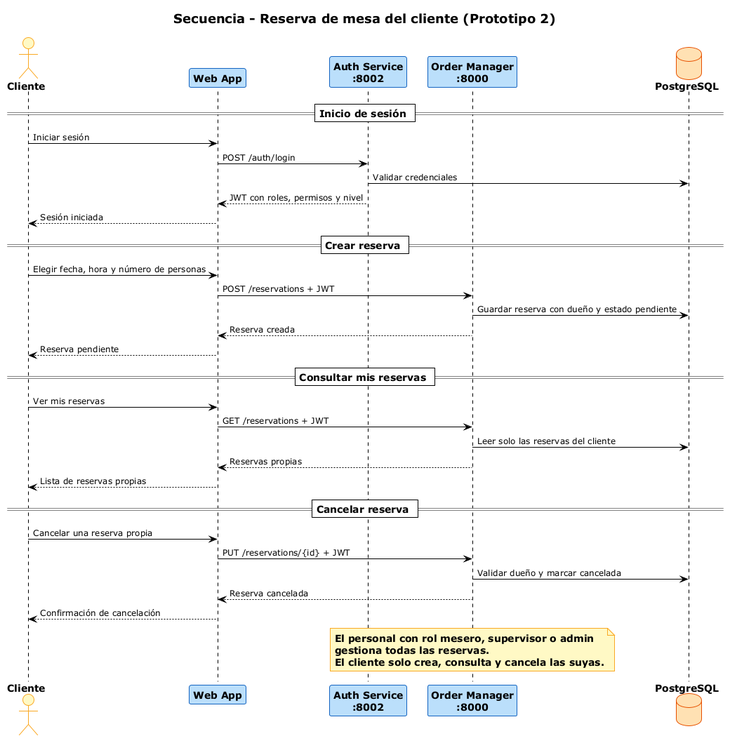
Earlier version of the PlantUML export g3-H-PanTech/docs/secuencia_cliente_reserva.png (unal-sw-arch/swarch-2026ii). The source it was exported from:
```plantuml
@startuml
!theme plain
skinparam shadowing false
skinparam defaultFontSize 14
skinparam ArrowFontSize 12
skinparam titleFontSize 18
skinparam titleFontStyle bold
skinparam ParticipantBackgroundColor #BBDEFB
skinparam ParticipantBorderColor #1565C0
skinparam ParticipantFontStyle bold
skinparam ActorBackgroundColor #FFF9C4
skinparam ActorBorderColor #F9A825
skinparam ActorFontStyle bold
skinparam DatabaseBackgroundColor #FFE0B2
skinparam DatabaseBorderColor #E65100
skinparam DatabaseFontStyle bold
skinparam note {
  BackgroundColor #FFF9C4
  BorderColor #F9A825
  FontStyle bold
}

title Secuencia - Reserva de mesa del cliente (Prototipo 2)

actor "Cliente" as Cliente
participant "Web App" as Web
participant "Auth Service\n:8002" as Auth
participant "Order Manager\n:8000" as Order
database "PostgreSQL" as DB

== Inicio de sesión ==
Cliente -> Web : Iniciar sesión
Web -> Auth : POST /auth/login
Auth -> DB : Validar credenciales
Auth --> Web : JWT con roles, permisos y nivel
Web --> Cliente : Sesión iniciada

== Crear reserva ==
Cliente -> Web : Elegir fecha, hora y número de personas
Web -> Order : POST /reservations + JWT
Order -> DB : Guardar reserva con dueño y estado pendiente
Order --> Web : Reserva creada
Web --> Cliente : Reserva pendiente

== Consultar mis reservas ==
Cliente -> Web : Ver mis reservas
Web -> Order : GET /reservations + JWT
Order -> DB : Leer solo las reservas del cliente
Order --> Web : Reservas propias
Web --> Cliente : Lista de reservas propias

== Cancelar reserva ==
Cliente -> Web : Cancelar una reserva propia
Web -> Order : PUT /reservations/{id} + JWT
Order -> DB : Validar dueño y marcar cancelada
Order --> Web : Reserva cancelada
Web --> Cliente : Confirmación de cancelación

note over Order
  El personal con rol mesero, supervisor o admin
  gestiona todas las reservas.
  El cliente solo crea, consulta y cancela las suyas.
end note

@enduml
```
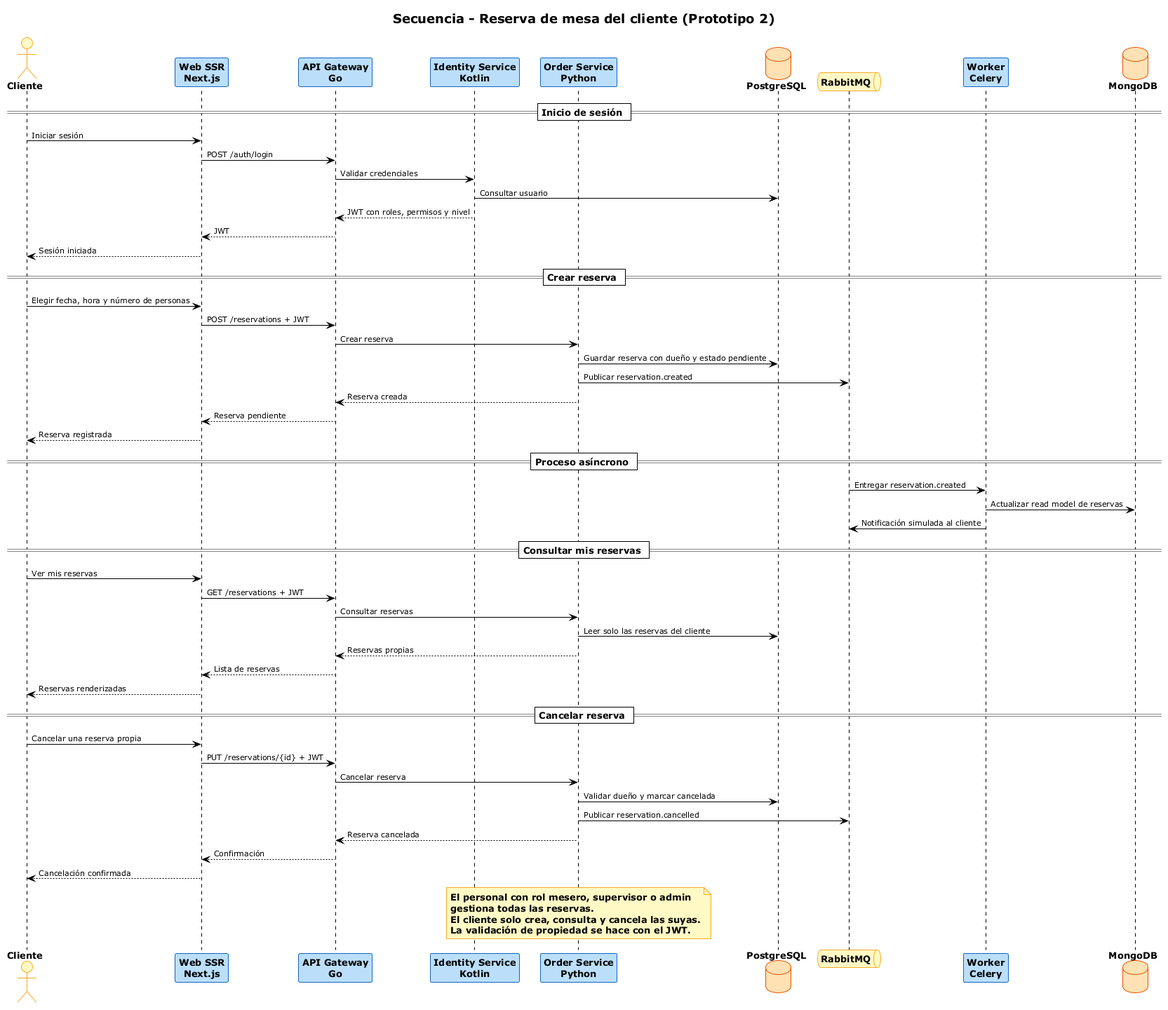
Later version of the same file.

Change to the diagram source:
```diff
@@ -1,8 +1,8 @@
 @startuml
 !theme plain
 skinparam shadowing false
-skinparam defaultFontSize 14
-skinparam ArrowFontSize 12
+skinparam defaultFontSize 13
+skinparam ArrowFontSize 11
 skinparam titleFontSize 18
 skinparam titleFontStyle bold
 skinparam ParticipantBackgroundColor #BBDEFB
@@ -14,6 +14,9 @@
 skinparam DatabaseBackgroundColor #FFE0B2
 skinparam DatabaseBorderColor #E65100
 skinparam DatabaseFontStyle bold
+skinparam QueueBackgroundColor #FFF9C4
+skinparam QueueBorderColor #F9A825
+skinparam QueueFontStyle bold
 skinparam note {
   BackgroundColor #FFF9C4
   BorderColor #F9A825
@@ -23,43 +26,63 @@
 title Secuencia - Reserva de mesa del cliente (Prototipo 2)
 
 actor "Cliente" as Cliente
-participant "Web App" as Web
-participant "Auth Service\n:8002" as Auth
-participant "Order Manager\n:8000" as Order
-database "PostgreSQL" as DB
+participant "Web SSR\nNext.js" as Web
+participant "API Gateway\nGo" as GW
+participant "Identity Service\nKotlin" as Identity
+participant "Order Service\nPython" as Order
+database "PostgreSQL" as PG
+queue "RabbitMQ" as MQ
+participant "Worker\nCelery" as Worker
+database "MongoDB" as Mongo
 
 == Inicio de sesión ==
 Cliente -> Web : Iniciar sesión
-Web -> Auth : POST /auth/login
-Auth -> DB : Validar credenciales
-Auth --> Web : JWT con roles, permisos y nivel
+Web -> GW : POST /auth/login
+GW -> Identity : Validar credenciales
+Identity -> PG : Consultar usuario
+Identity --> GW : JWT con roles, permisos y nivel
+GW --> Web : JWT
 Web --> Cliente : Sesión iniciada
 
 == Crear reserva ==
 Cliente -> Web : Elegir fecha, hora y número de personas
-Web -> Order : POST /reservations + JWT
-Order -> DB : Guardar reserva con dueño y estado pendiente
-Order --> Web : Reserva creada
-Web --> Cliente : Reserva pendiente
+Web -> GW : POST /reservations + JWT
+GW -> Order : Crear reserva
+Order -> PG : Guardar reserva con dueño y estado pendiente
+Order -> MQ : Publicar reservation.created
+Order --> GW : Reserva creada
+GW --> Web : Reserva pendiente
+Web --> Cliente : Reserva registrada
+
+== Proceso asíncrono ==
+MQ -> Worker : Entregar reservation.created
+Worker -> Mongo : Actualizar read model de reservas
+Worker -> MQ : Notificación simulada al cliente
 
 == Consultar mis reservas ==
 Cliente -> Web : Ver mis reservas
-Web -> Order : GET /reservations + JWT
-Order -> DB : Leer solo las reservas del cliente
-Order --> Web : Reservas propias
-Web --> Cliente : Lista de reservas propias
+Web -> GW : GET /reservations + JWT
+GW -> Order : Consultar reservas
+Order -> PG : Leer solo las reservas del cliente
+Order --> GW : Reservas propias
+GW --> Web : Lista de reservas
+Web --> Cliente : Reservas renderizadas
 
 == Cancelar reserva ==
 Cliente -> Web : Cancelar una reserva propia
-Web -> Order : PUT /reservations/{id} + JWT
-Order -> DB : Validar dueño y marcar cancelada
-Order --> Web : Reserva cancelada
-Web --> Cliente : Confirmación de cancelación
+Web -> GW : PUT /reservations/{id} + JWT
+GW -> Order : Cancelar reserva
+Order -> PG : Validar dueño y marcar cancelada
+Order -> MQ : Publicar reservation.cancelled
+Order --> GW : Reserva cancelada
+GW --> Web : Confirmación
+Web --> Cliente : Cancelación confirmada
 
 note over Order
   El personal con rol mesero, supervisor o admin
   gestiona todas las reservas.
   El cliente solo crea, consulta y cancela las suyas.
+  La validación de propiedad se hace con el JWT.
 end note
 
 @enduml
```
